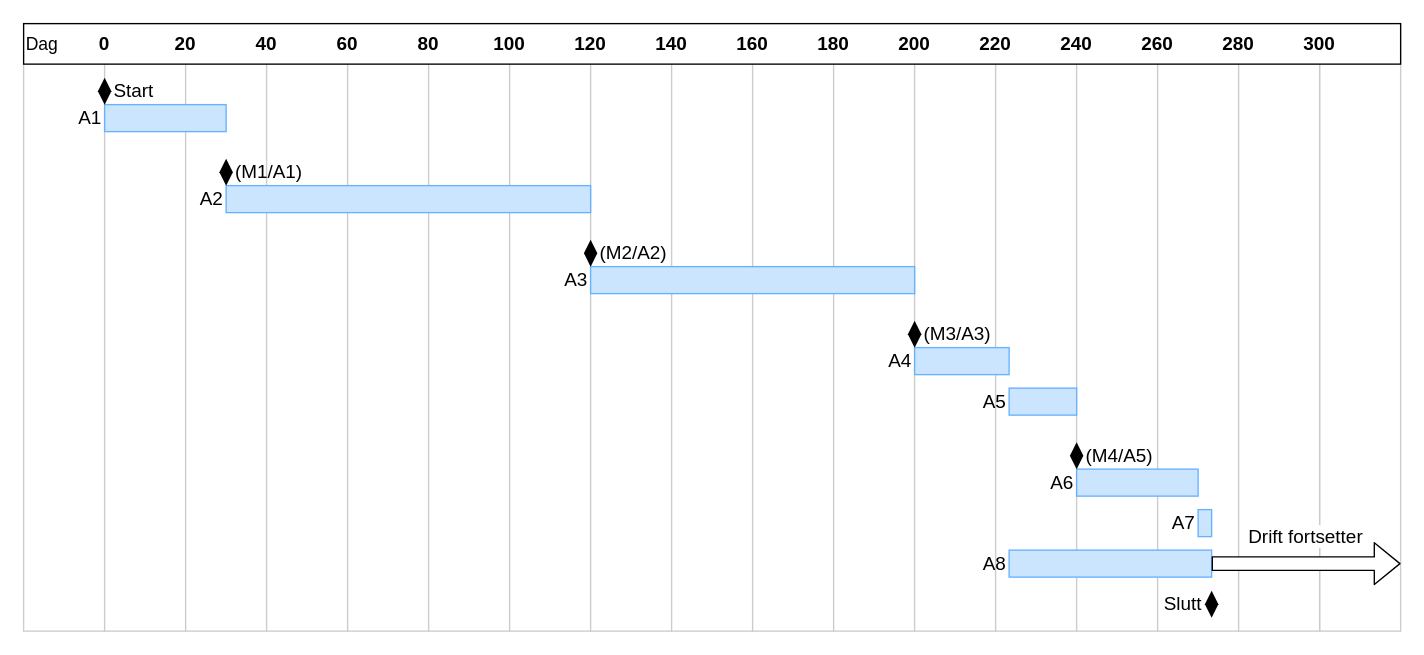
Above: Untitled Diagram.drawio in Beornus/Systemutvikling (draw.io), before the change. Source tidied: cells renumbered, new cells numbered last; positions are measured from the earlier drawing's top-left corner, leaving out a move shared by most shapes. Both pictures are drawn from the tidied source at 135%, with x=0, y=0 at pixel (23, 23).
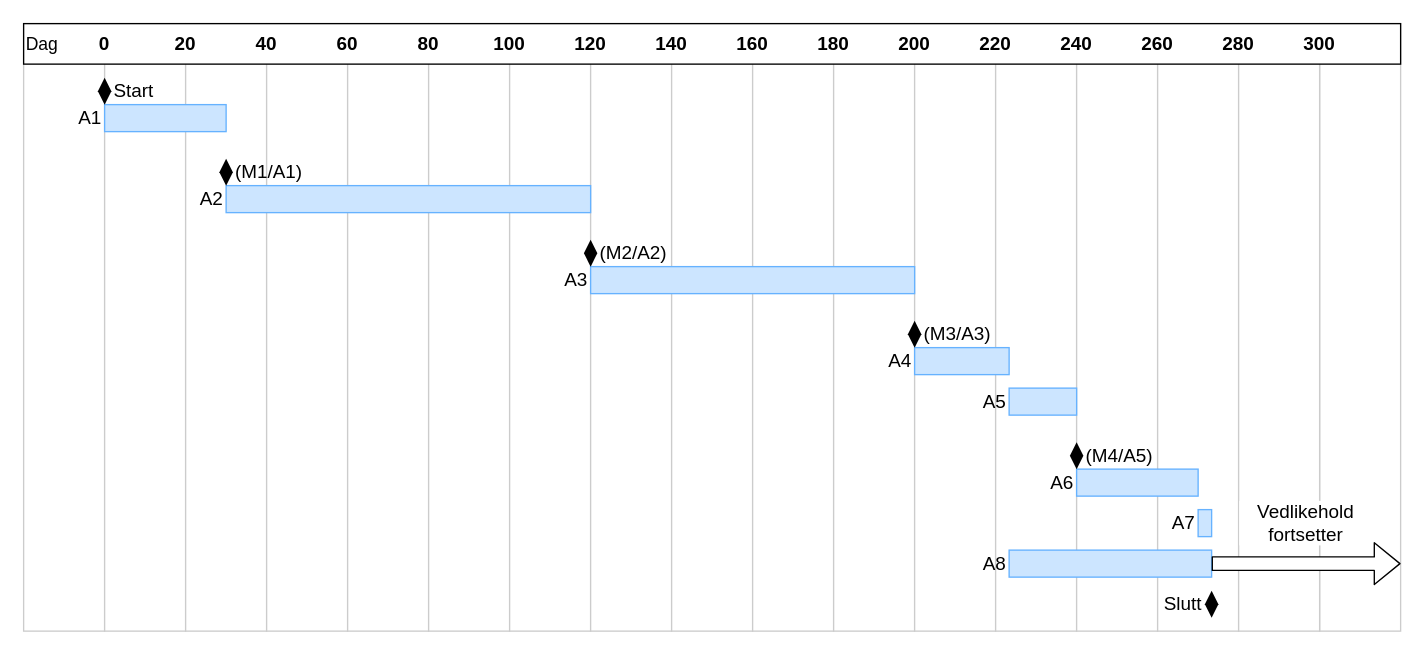
After the change.

Change to the diagram source:
```diff
@@
-    <mxCell id="64" value="Drift fortsetter" style="text;html=1;strokeColor=none;fillColor=none;align=center;verticalAlign=middle;whiteSpace=wrap;rounded=0;fontSize=14;labelBackgroundColor=#ffffff;" parent="1" vertex="1">
-      <mxGeometry x="900" y="370" width="100" height="20" as="geometry" />
+    <mxCell id="64" value="Vedlikehold fortsetter" style="text;html=1;strokeColor=none;fillColor=none;align=center;verticalAlign=middle;whiteSpace=wrap;rounded=0;fontSize=14;labelBackgroundColor=#ffffff;" parent="1" vertex="1">
+      <mxGeometry x="900" y="360" width="100" height="20" as="geometry" />
     </mxCell>
```
